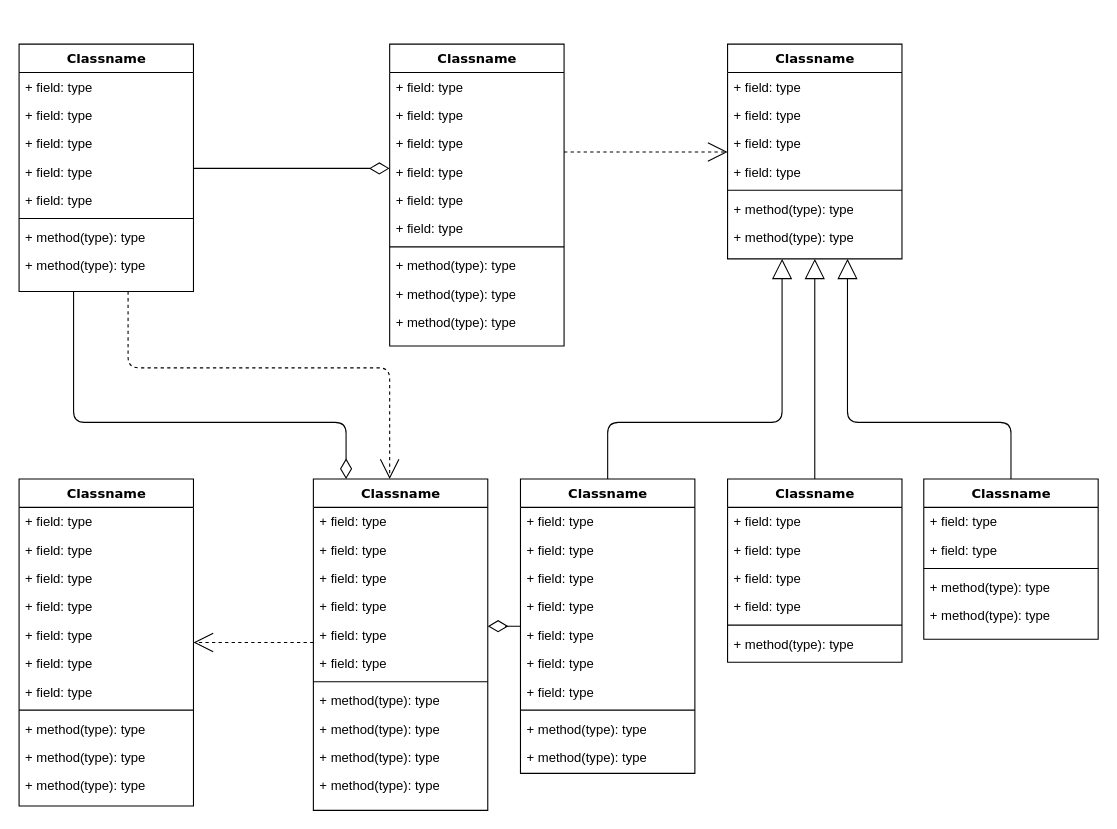
Above: architecture.drawio in hafifaofek/cdlog (draw.io), before the change. Source tidied: cells renumbered, new cells numbered last; positions are measured from the earlier drawing's top-left corner, leaving out a move shared by most shapes. Both pictures are drawn from the tidied source at 109%, with x=0, y=0 at pixel (19, 44).
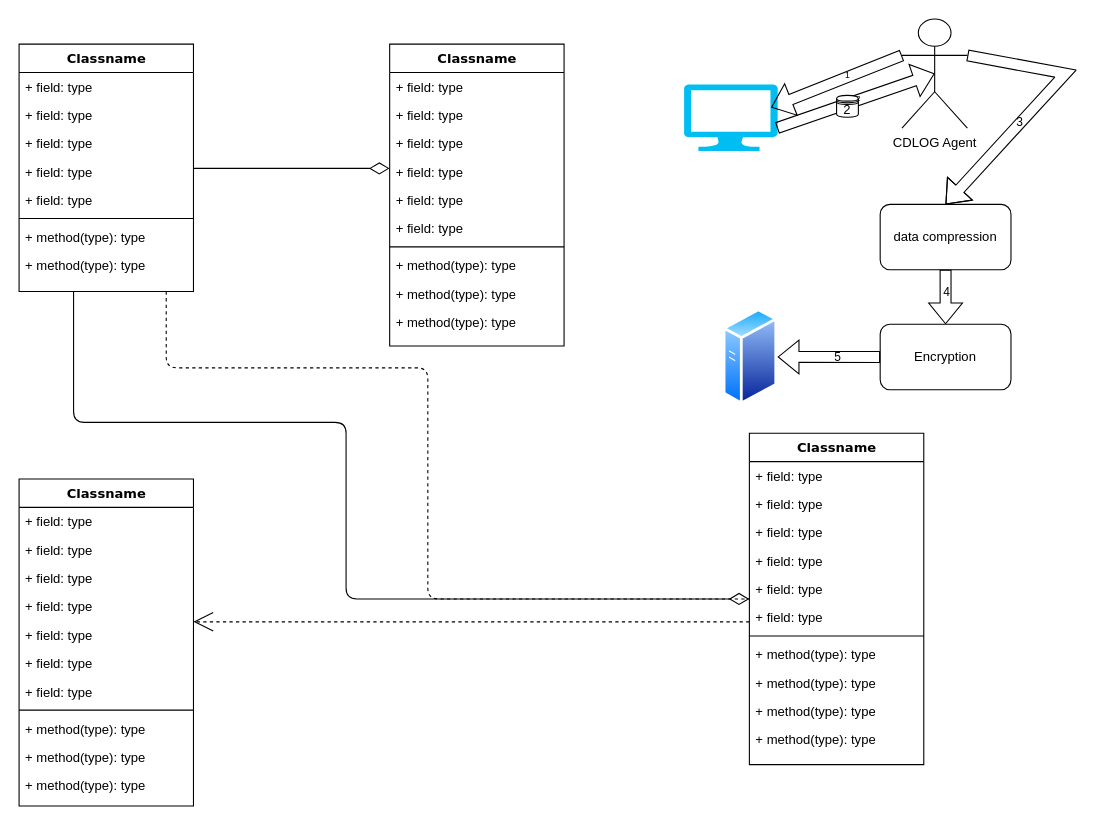
Above is the later version.

Unchanged cells that the change refers to:
```xml
<mxCell id="4" value="Classname" style="swimlane;html=1;fontStyle=1;align=center;verticalAlign=top;horizontal=1;startSize=26;swimlaneFillColor=#ffffff;rounded=0;shadow=0;comic=0;labelBackgroundColor=none;strokeWidth=1;fillColor=none;fontFamily=Verdana;fontSize=12;" parent="1" vertex="1">
  <mxGeometry width="160" height="227" as="geometry" />
</mxCell>
<mxCell id="14" value="Classname" style="swimlane;html=1;fontStyle=1;align=center;verticalAlign=top;horizontal=1;startSize=26;swimlaneFillColor=#ffffff;rounded=0;shadow=0;comic=0;labelBackgroundColor=none;strokeWidth=1;fillColor=none;fontFamily=Verdana;fontSize=12;" parent="1" vertex="1">
  <mxGeometry x="340" width="160" height="277" as="geometry" />
</mxCell>
```

Change to the diagram source:
```diff
@@
-    <mxCell id="2" style="edgeStyle=orthogonalEdgeStyle;html=1;labelBackgroundColor=none;startFill=0;startSize=8;endArrow=open;endFill=0;endSize=16;fontFamily=Verdana;fontSize=12;dashed=1;" parent="1" edge="1" source="4" target="47">
+    <mxCell id="2" style="edgeStyle=orthogonalEdgeStyle;html=1;labelBackgroundColor=none;startFill=0;startSize=8;endArrow=open;endFill=0;endSize=16;fontFamily=Verdana;fontSize=12;dashed=1;" parent="1" edge="1">
       <mxGeometry relative="1" as="geometry">
+        <mxPoint x="135" y="227" as="sourcePoint" />
+        <mxPoint x="705" y="509" as="targetPoint" />
         <Array as="points">
-          <mxPoint x="100" y="297" />
-          <mxPoint x="340" y="297" />
+          <mxPoint x="135" y="297" />
+          <mxPoint x="375" y="297" />
         </Array>
       </mxGeometry>
     </mxCell>
@@
-    <mxCell id="13" style="edgeStyle=elbowEdgeStyle;html=1;labelBackgroundColor=none;startFill=0;startSize=8;endArrow=open;endFill=0;endSize=16;fontFamily=Verdana;fontSize=12;elbow=vertical;dashed=1;" parent="1" edge="1" source="14" target="25">
-      <mxGeometry relative="1" as="geometry" />
-    </mxCell>
@@
-    <mxCell id="25" value="Classname" style="swimlane;html=1;fontStyle=1;align=center;verticalAlign=top;horizontal=1;startSize=26;swimlaneFillColor=#ffffff;rounded=0;shadow=0;comic=0;labelBackgroundColor=none;strokeWidth=1;fillColor=none;fontFamily=Verdana;fontSize=12;" parent="1" vertex="1">
-      <mxGeometry x="650" width="160" height="197" as="geometry" />
-    </mxCell>
-    <mxCell id="26" value="+ field: type" style="text;html=1;strokeColor=none;fillColor=none;align=left;verticalAlign=top;spacingLeft=4;spacingRight=4;whiteSpace=wrap;overflow=hidden;" parent="25" vertex="1">
-      <mxGeometry y="26" width="160" height="26" as="geometry" />
-    </mxCell>
-    <mxCell id="27" value="+ field: type" style="text;html=1;strokeColor=none;fillColor=none;align=left;verticalAlign=top;spacingLeft=4;spacingRight=4;whiteSpace=wrap;overflow=hidden;" parent="25" vertex="1">
-      <mxGeometry y="52" width="160" height="26" as="geometry" />
-    </mxCell>
-    <mxCell id="28" value="+ field: type" style="text;html=1;strokeColor=none;fillColor=none;align=left;verticalAlign=top;spacingLeft=4;spacingRight=4;whiteSpace=wrap;overflow=hidden;" parent="25" vertex="1">
-      <mxGeometry y="78" width="160" height="26" as="geometry" />
-    </mxCell>
-    <mxCell id="29" value="+ field: type" style="text;html=1;strokeColor=none;fillColor=none;align=left;verticalAlign=top;spacingLeft=4;spacingRight=4;whiteSpace=wrap;overflow=hidden;" parent="25" vertex="1">
-      <mxGeometry y="104" width="160" height="26" as="geometry" />
-    </mxCell>
-    <mxCell id="30" style="line;html=1;strokeWidth=1;fillColor=none;align=left;verticalAlign=middle;spacingTop=-1;spacingLeft=3;spacingRight=3;labelPosition=right;" parent="25" vertex="1">
-      <mxGeometry y="130" width="160" height="8" as="geometry" />
-    </mxCell>
-    <mxCell id="31" value="+ method(type): type" style="text;html=1;strokeColor=none;fillColor=none;align=left;verticalAlign=top;spacingLeft=4;spacingRight=4;whiteSpace=wrap;overflow=hidden;" parent="25" vertex="1">
-      <mxGeometry y="138" width="160" height="26" as="geometry" />
-    </mxCell>
-    <mxCell id="32" value="+ method(type): type" style="text;html=1;strokeColor=none;fillColor=none;align=left;verticalAlign=top;spacingLeft=4;spacingRight=4;whiteSpace=wrap;overflow=hidden;" parent="25" vertex="1">
-      <mxGeometry y="164" width="160" height="26" as="geometry" />
-    </mxCell>
@@
-    <mxCell id="46" style="edgeStyle=elbowEdgeStyle;html=1;labelBackgroundColor=none;startFill=0;startSize=8;endArrow=diamondThin;endFill=0;endSize=16;fontFamily=Verdana;fontSize=12;elbow=vertical;" parent="1" edge="1" source="60" target="47">
-      <mxGeometry relative="1" as="geometry" />
-    </mxCell>
     <mxCell id="47" value="Classname" style="swimlane;html=1;fontStyle=1;align=center;verticalAlign=top;horizontal=1;startSize=26;swimlaneFillColor=#ffffff;rounded=0;shadow=0;comic=0;labelBackgroundColor=none;strokeWidth=1;fillColor=none;fontFamily=Verdana;fontSize=12;" parent="1" vertex="1">
-      <mxGeometry x="270" y="399" width="160" height="304" as="geometry" />
+      <mxGeometry x="670" y="357" width="160" height="304" as="geometry" />
     </mxCell>
@@
-    <mxCell id="59" style="edgeStyle=orthogonalEdgeStyle;html=1;labelBackgroundColor=none;startFill=0;startSize=8;endArrow=block;endFill=0;endSize=16;fontFamily=Verdana;fontSize=12;" parent="1" edge="1" source="60" target="25">
-      <mxGeometry relative="1" as="geometry">
-        <Array as="points">
-          <mxPoint x="540" y="347" />
-          <mxPoint x="700" y="347" />
-        </Array>
-      </mxGeometry>
-    </mxCell>
-    <mxCell id="60" value="Classname" style="swimlane;html=1;fontStyle=1;align=center;verticalAlign=top;horizontal=1;startSize=26;swimlaneFillColor=#ffffff;rounded=0;shadow=0;comic=0;labelBackgroundColor=none;strokeWidth=1;fillColor=none;fontFamily=Verdana;fontSize=12;" parent="1" vertex="1">
-      <mxGeometry x="460" y="399" width="160" height="270" as="geometry" />
-    </mxCell>
-    <mxCell id="61" value="+ field: type" style="text;html=1;strokeColor=none;fillColor=none;align=left;verticalAlign=top;spacingLeft=4;spacingRight=4;whiteSpace=wrap;overflow=hidden;" parent="60" vertex="1">
-      <mxGeometry y="26" width="160" height="26" as="geometry" />
-    </mxCell>
-    <mxCell id="62" value="+ field: type" style="text;html=1;strokeColor=none;fillColor=none;align=left;verticalAlign=top;spacingLeft=4;spacingRight=4;whiteSpace=wrap;overflow=hidden;" parent="60" vertex="1">
-      <mxGeometry y="52" width="160" height="26" as="geometry" />
-    </mxCell>
-    <mxCell id="63" value="+ field: type" style="text;html=1;strokeColor=none;fillColor=none;align=left;verticalAlign=top;spacingLeft=4;spacingRight=4;whiteSpace=wrap;overflow=hidden;" parent="60" vertex="1">
-      <mxGeometry y="78" width="160" height="26" as="geometry" />
-    </mxCell>
-    <mxCell id="64" value="+ field: type" style="text;html=1;strokeColor=none;fillColor=none;align=left;verticalAlign=top;spacingLeft=4;spacingRight=4;whiteSpace=wrap;overflow=hidden;" parent="60" vertex="1">
-      <mxGeometry y="104" width="160" height="26" as="geometry" />
-    </mxCell>
-    <mxCell id="65" value="+ field: type" style="text;html=1;strokeColor=none;fillColor=none;align=left;verticalAlign=top;spacingLeft=4;spacingRight=4;whiteSpace=wrap;overflow=hidden;" parent="60" vertex="1">
-      <mxGeometry y="130" width="160" height="26" as="geometry" />
-    </mxCell>
-    <mxCell id="66" value="+ field: type" style="text;html=1;strokeColor=none;fillColor=none;align=left;verticalAlign=top;spacingLeft=4;spacingRight=4;whiteSpace=wrap;overflow=hidden;" parent="60" vertex="1">
-      <mxGeometry y="156" width="160" height="26" as="geometry" />
-    </mxCell>
-    <mxCell id="67" value="+ field: type" style="text;html=1;strokeColor=none;fillColor=none;align=left;verticalAlign=top;spacingLeft=4;spacingRight=4;whiteSpace=wrap;overflow=hidden;" parent="60" vertex="1">
-      <mxGeometry y="182" width="160" height="26" as="geometry" />
-    </mxCell>
-    <mxCell id="68" style="line;html=1;strokeWidth=1;fillColor=none;align=left;verticalAlign=middle;spacingTop=-1;spacingLeft=3;spacingRight=3;labelPosition=right;" parent="60" vertex="1">
-      <mxGeometry y="208" width="160" height="8" as="geometry" />
-    </mxCell>
-    <mxCell id="69" value="+ method(type): type" style="text;html=1;strokeColor=none;fillColor=none;align=left;verticalAlign=top;spacingLeft=4;spacingRight=4;whiteSpace=wrap;overflow=hidden;" parent="60" vertex="1">
-      <mxGeometry y="216" width="160" height="26" as="geometry" />
-    </mxCell>
-    <mxCell id="70" value="+ method(type): type" style="text;html=1;strokeColor=none;fillColor=none;align=left;verticalAlign=top;spacingLeft=4;spacingRight=4;whiteSpace=wrap;overflow=hidden;" parent="60" vertex="1">
-      <mxGeometry y="242" width="160" height="26" as="geometry" />
-    </mxCell>
-    <mxCell id="71" style="edgeStyle=orthogonalEdgeStyle;html=1;labelBackgroundColor=none;startFill=0;startSize=8;endArrow=block;endFill=0;endSize=16;fontFamily=Verdana;fontSize=12;" parent="1" edge="1" source="72" target="25">
-      <mxGeometry relative="1" as="geometry" />
-    </mxCell>
-    <mxCell id="72" value="Classname" style="swimlane;html=1;fontStyle=1;align=center;verticalAlign=top;horizontal=1;startSize=26;swimlaneFillColor=#ffffff;rounded=0;shadow=0;comic=0;labelBackgroundColor=none;strokeWidth=1;fillColor=none;fontFamily=Verdana;fontSize=12;" parent="1" vertex="1">
-      <mxGeometry x="650" y="399" width="160" height="168" as="geometry" />
-    </mxCell>
-    <mxCell id="73" value="+ field: type" style="text;html=1;strokeColor=none;fillColor=none;align=left;verticalAlign=top;spacingLeft=4;spacingRight=4;whiteSpace=wrap;overflow=hidden;" parent="72" vertex="1">
-      <mxGeometry y="26" width="160" height="26" as="geometry" />
-    </mxCell>
-    <mxCell id="74" value="+ field: type" style="text;html=1;strokeColor=none;fillColor=none;align=left;verticalAlign=top;spacingLeft=4;spacingRight=4;whiteSpace=wrap;overflow=hidden;" parent="72" vertex="1">
-      <mxGeometry y="52" width="160" height="26" as="geometry" />
-    </mxCell>
-    <mxCell id="75" value="+ field: type" style="text;html=1;strokeColor=none;fillColor=none;align=left;verticalAlign=top;spacingLeft=4;spacingRight=4;whiteSpace=wrap;overflow=hidden;" parent="72" vertex="1">
-      <mxGeometry y="78" width="160" height="26" as="geometry" />
-    </mxCell>
-    <mxCell id="76" value="+ field: type" style="text;html=1;strokeColor=none;fillColor=none;align=left;verticalAlign=top;spacingLeft=4;spacingRight=4;whiteSpace=wrap;overflow=hidden;" parent="72" vertex="1">
-      <mxGeometry y="104" width="160" height="26" as="geometry" />
-    </mxCell>
-    <mxCell id="77" style="line;html=1;strokeWidth=1;fillColor=none;align=left;verticalAlign=middle;spacingTop=-1;spacingLeft=3;spacingRight=3;labelPosition=right;" parent="72" vertex="1">
-      <mxGeometry y="130" width="160" height="8" as="geometry" />
-    </mxCell>
-    <mxCell id="78" value="+ method(type): type" style="text;html=1;strokeColor=none;fillColor=none;align=left;verticalAlign=top;spacingLeft=4;spacingRight=4;whiteSpace=wrap;overflow=hidden;" parent="72" vertex="1">
-      <mxGeometry y="138" width="160" height="26" as="geometry" />
-    </mxCell>
-    <mxCell id="79" style="edgeStyle=orthogonalEdgeStyle;html=1;labelBackgroundColor=none;startFill=0;startSize=8;endArrow=block;endFill=0;endSize=16;fontFamily=Verdana;fontSize=12;" parent="1" edge="1" source="80" target="25">
-      <mxGeometry relative="1" as="geometry">
-        <Array as="points">
-          <mxPoint x="910" y="347" />
-          <mxPoint x="760" y="347" />
-        </Array>
-      </mxGeometry>
-    </mxCell>
-    <mxCell id="80" value="Classname" style="swimlane;html=1;fontStyle=1;align=center;verticalAlign=top;horizontal=1;startSize=26;swimlaneFillColor=#ffffff;rounded=0;shadow=0;comic=0;labelBackgroundColor=none;strokeWidth=1;fillColor=none;fontFamily=Verdana;fontSize=12;" parent="1" vertex="1">
-      <mxGeometry x="830" y="399" width="160" height="147" as="geometry" />
-    </mxCell>
-    <mxCell id="81" value="+ field: type" style="text;html=1;strokeColor=none;fillColor=none;align=left;verticalAlign=top;spacingLeft=4;spacingRight=4;whiteSpace=wrap;overflow=hidden;" parent="80" vertex="1">
-      <mxGeometry y="26" width="160" height="26" as="geometry" />
-    </mxCell>
-    <mxCell id="82" value="+ field: type" style="text;html=1;strokeColor=none;fillColor=none;align=left;verticalAlign=top;spacingLeft=4;spacingRight=4;whiteSpace=wrap;overflow=hidden;" parent="80" vertex="1">
-      <mxGeometry y="52" width="160" height="26" as="geometry" />
-    </mxCell>
-    <mxCell id="83" style="line;html=1;strokeWidth=1;fillColor=none;align=left;verticalAlign=middle;spacingTop=-1;spacingLeft=3;spacingRight=3;labelPosition=right;" parent="80" vertex="1">
-      <mxGeometry y="78" width="160" height="8" as="geometry" />
-    </mxCell>
-    <mxCell id="84" value="+ method(type): type" style="text;html=1;strokeColor=none;fillColor=none;align=left;verticalAlign=top;spacingLeft=4;spacingRight=4;whiteSpace=wrap;overflow=hidden;" parent="80" vertex="1">
-      <mxGeometry y="86" width="160" height="26" as="geometry" />
-    </mxCell>
-    <mxCell id="85" value="+ method(type): type" style="text;html=1;strokeColor=none;fillColor=none;align=left;verticalAlign=top;spacingLeft=4;spacingRight=4;whiteSpace=wrap;overflow=hidden;" parent="80" vertex="1">
-      <mxGeometry y="112" width="160" height="26" as="geometry" />
-    </mxCell>
@@
+    <mxCell id="87" style="verticalLabelPosition=bottom;html=1;verticalAlign=top;align=center;strokeColor=none;fillColor=#00BEF2;shape=mxgraph.azure.computer;" parent="1" vertex="1">
+      <mxGeometry x="610" y="37" width="86" height="61" as="geometry" />
+    </mxCell>
+    <mxCell id="88" value="CDLOG Agent" style="shape=umlActor;verticalLabelPosition=bottom;verticalAlign=top;html=1;" parent="1" vertex="1">
+      <mxGeometry x="810" y="-23" width="60" height="100" as="geometry" />
+    </mxCell>
+    <mxCell id="89" style="shape=flexArrow;endArrow=classic;html=1;rounded=0;exitX=0;exitY=0.3333333333333333;exitDx=0;exitDy=0;exitPerimeter=0;entryX=0.93;entryY=0.344;entryDx=0;entryDy=0;entryPerimeter=0;" parent="1" edge="1" source="88" target="87">
+      <mxGeometry relative="1" as="geometry" />
+    </mxCell>
+    <mxCell id="90" value="&lt;font style=&quot;font-size: 8px;&quot;&gt;1&lt;/font&gt;" style="edgeLabel;html=1;align=center;verticalAlign=middle;rotation=0;spacing=2;labelBorderColor=none;textShadow=0;fontColor=default;labelBackgroundColor=none;" parent="89" vertex="1">
+      <mxGeometry x="-0.18" y="-5" relative="1" as="geometry">
+        <mxPoint x="1" y="2" as="offset" />
+      </mxGeometry>
+    </mxCell>
+    <mxCell id="91" style="shape=flexArrow;endArrow=classic;html=1;rounded=0;exitX=0.992;exitY=0.654;exitDx=0;exitDy=0;exitPerimeter=0;entryX=0.5;entryY=0.5;entryDx=0;entryDy=0;entryPerimeter=0;" parent="1" edge="1" source="87" target="88">
+      <mxGeometry relative="1" as="geometry" />
+    </mxCell>
+    <mxCell id="92" value="&lt;font style=&quot;font-size: 7px;&quot;&gt;2&lt;/font&gt;" style="edgeLabel;html=1;align=center;verticalAlign=middle;rotation=0;spacing=2;labelBorderColor=none;textShadow=0;fontColor=default;labelBackgroundColor=none;" parent="1" vertex="1">
+      <mxGeometry x="770" y="27" as="geometry">
+        <mxPoint x="-1" y="21" as="offset" />
+      </mxGeometry>
+    </mxCell>
+    <mxCell id="93" style="shape=flexArrow;endArrow=classic;html=1;rounded=0;exitX=1;exitY=0.3333333333333333;exitDx=0;exitDy=0;exitPerimeter=0;entryX=0.5;entryY=0;entryDx=0;entryDy=0;" parent="1" edge="1" source="88" target="95">
+      <mxGeometry relative="1" as="geometry">
+        <Array as="points">
+          <mxPoint x="960" y="27" />
+        </Array>
+      </mxGeometry>
+    </mxCell>
+    <mxCell id="94" value="3" style="edgeLabel;html=1;align=center;verticalAlign=middle;labelBackgroundColor=none;" parent="93" vertex="1">
+      <mxGeometry x="0.2" y="-1" relative="1" as="geometry" />
+    </mxCell>
+    <mxCell id="95" value="data compression" style="rounded=1;whiteSpace=wrap;html=1;" parent="1" vertex="1">
+      <mxGeometry x="790" y="147" width="120" height="60" as="geometry" />
+    </mxCell>
+    <mxCell id="96" value="2" style="shape=datastore;whiteSpace=wrap;html=1;" parent="1" vertex="1">
+      <mxGeometry x="750" y="47" width="20" height="20" as="geometry" />
+    </mxCell>
+    <mxCell id="97" style="shape=flexArrow;endArrow=classic;html=1;rounded=0;exitX=0.5;exitY=1;exitDx=0;exitDy=0;entryX=0.5;entryY=0;entryDx=0;entryDy=0;" parent="1" edge="1" source="95" target="99">
+      <mxGeometry relative="1" as="geometry" />
+    </mxCell>
+    <mxCell id="98" value="4" style="edgeLabel;html=1;align=center;verticalAlign=middle;labelBackgroundColor=none;" parent="97" vertex="1">
+      <mxGeometry x="-0.13" y="-2" relative="1" as="geometry">
+        <mxPoint x="2" y="-2" as="offset" />
+      </mxGeometry>
+    </mxCell>
+    <mxCell id="99" value="Encryption" style="rounded=1;whiteSpace=wrap;html=1;" parent="1" vertex="1">
+      <mxGeometry x="790" y="257" width="120" height="60" as="geometry" />
+    </mxCell>
+    <mxCell id="100" style="shape=flexArrow;endArrow=classic;html=1;rounded=0;exitX=0;exitY=0.5;exitDx=0;exitDy=0;entryX=1;entryY=0.5;entryDx=0;entryDy=0;" parent="1" edge="1" source="99" target="102">
+      <mxGeometry relative="1" as="geometry" />
+    </mxCell>
+    <mxCell id="101" value="5" style="edgeLabel;html=1;align=center;verticalAlign=middle;labelBackgroundColor=none;" parent="100" vertex="1">
+      <mxGeometry x="-0.04" relative="1" as="geometry">
+        <mxPoint x="5" as="offset" />
+      </mxGeometry>
+    </mxCell>
+    <mxCell id="102" style="image;perimeter=ellipsePerimeter;html=1;align=center;shadow=0;dashed=0;spacingTop=3;image=img/lib/active_directory/generic_server.svg;" parent="1" vertex="1">
+      <mxGeometry x="646" y="242.3" width="50" height="89.3" as="geometry" />
+    </mxCell>
```
